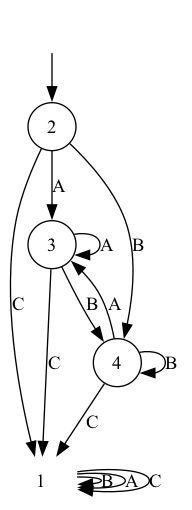
gg9192/TOC_project keeps this Graphviz diagram as images/nfa_134.gv.png. Above is the earlier version. Its source is kept beside it as images/nfa_134.gv.
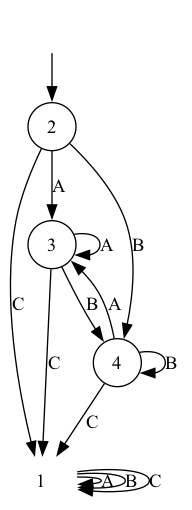
Above is the later version.

Diff of the diagram source:
```diff
@@ -5,8 +5,8 @@
 	3 [label=3 shape=circle]
 	4 [label=4 shape=circle]
 	Start -> 2
+	1 -> 1 [label=A]
 	1 -> 1 [label=B]
-	1 -> 1 [label=A]
 	1 -> 1 [label=C]
 	2 -> 3 [label=A]
 	2 -> 4 [label=B]
```
